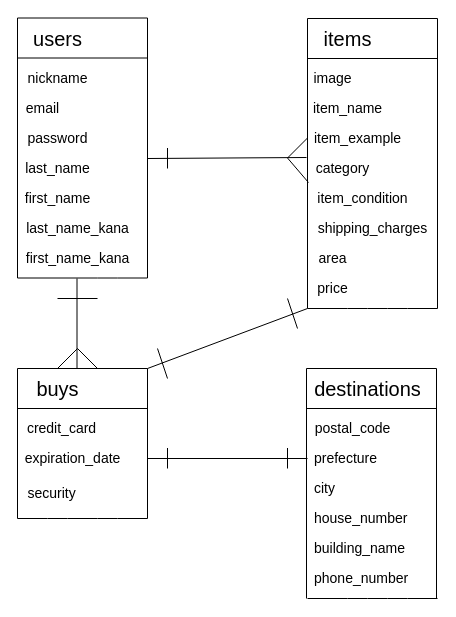
yoshihiro-kawamura/furima-31667 keeps this draw.io diagram as furima.dio. Above is the earlier version. Source tidied: cells renumbered, new cells numbered last; positions are measured from the earlier drawing's top-left corner, leaving out a move shared by most shapes. Both pictures are drawn from the tidied source at 100%, with x=0, y=0 at pixel (17, 18).
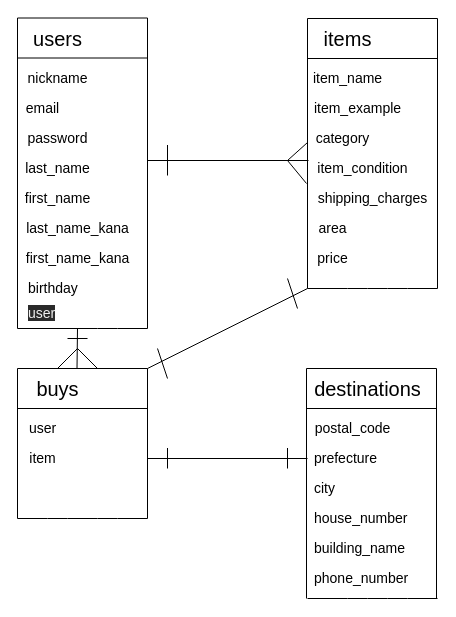
After the change.

Commit message (it also covers changes not shown here):
レビュー後修正

Change to the diagram source:
```diff
@@
     <mxCell id="4" style="endArrow=none;html=1;" parent="1" edge="1">
       <mxGeometry relative="1" as="geometry">
-        <mxPoint y="259.5" as="sourcePoint" />
-        <mxPoint x="130" y="259.5" as="targetPoint" />
+        <mxPoint y="310" as="sourcePoint" />
+        <mxPoint x="130" y="310" as="targetPoint" />
         <Array as="points">
-          <mxPoint y="259.5" />
-          <mxPoint x="90" y="259.5" />
+          <mxPoint y="310" />
+          <mxPoint x="90" y="310" />
         </Array>
       </mxGeometry>
     </mxCell>
@@
     <mxCell id="7" style="endArrow=none;html=1;fontSize=20;" parent="1" edge="1">
       <mxGeometry relative="1" as="geometry">
-        <mxPoint y="259.5" as="sourcePoint" />
+        <mxPoint y="310" as="sourcePoint" />
         <mxPoint y="-0.5" as="targetPoint" />
       </mxGeometry>
     </mxCell>
     <mxCell id="8" style="endArrow=none;html=1;fontSize=20;" parent="1" edge="1">
       <mxGeometry relative="1" as="geometry">
-        <mxPoint x="130" y="259.5" as="sourcePoint" />
+        <mxPoint x="130" y="310" as="sourcePoint" />
         <mxPoint x="130" y="-0.5" as="targetPoint" />
       </mxGeometry>
     </mxCell>
@@
     <mxCell id="17" style="endArrow=none;html=1;" parent="1" edge="1">
       <mxGeometry relative="1" as="geometry">
-        <mxPoint x="290" y="290" as="sourcePoint" />
-        <mxPoint x="420" y="290" as="targetPoint" />
+        <mxPoint x="290" y="270" as="sourcePoint" />
+        <mxPoint x="420" y="270" as="targetPoint" />
         <Array as="points">
-          <mxPoint x="290" y="290" />
-          <mxPoint x="340" y="290" />
-          <mxPoint x="380" y="290" />
+          <mxPoint x="290" y="270" />
+          <mxPoint x="340" y="270" />
+          <mxPoint x="380" y="270" />
         </Array>
       </mxGeometry>
     </mxCell>
@@
-    <mxCell id="19" value="image" style="text;html=1;align=center;verticalAlign=middle;strokeWidth=1;fontSize=14;" parent="1" vertex="1">
-      <mxGeometry x="290" y="49.5" width="50" height="20" as="geometry" />
-    </mxCell>
     <mxCell id="20" style="endArrow=none;html=1;fontSize=20;" parent="1" edge="1">
       <mxGeometry relative="1" as="geometry">
-        <mxPoint x="290" y="290" as="sourcePoint" />
+        <mxPoint x="290" y="270" as="sourcePoint" />
         <mxPoint x="290" as="targetPoint" />
       </mxGeometry>
     </mxCell>
     <mxCell id="21" style="endArrow=none;html=1;fontSize=20;" parent="1" edge="1">
       <mxGeometry relative="1" as="geometry">
-        <mxPoint x="420" y="290" as="sourcePoint" />
+        <mxPoint x="420" y="270" as="sourcePoint" />
         <mxPoint x="420" as="targetPoint" />
       </mxGeometry>
     </mxCell>
     <mxCell id="22" value="item_name" style="text;html=1;align=center;verticalAlign=middle;strokeWidth=1;fontSize=14;" parent="1" vertex="1">
-      <mxGeometry x="290" y="79.5" width="80" height="20" as="geometry" />
+      <mxGeometry x="290" y="49.5" width="80" height="20" as="geometry" />
     </mxCell>
     <mxCell id="23" value="item_example" style="text;html=1;align=center;verticalAlign=middle;strokeWidth=1;fontSize=14;" parent="1" vertex="1">
-      <mxGeometry x="290" y="109.5" width="100" height="20" as="geometry" />
+      <mxGeometry x="290" y="79.5" width="100" height="20" as="geometry" />
     </mxCell>
     <mxCell id="24" value="category" style="text;html=1;align=center;verticalAlign=middle;points=[];strokeWidth=1;fontSize=14;" parent="1" vertex="1">
-      <mxGeometry x="290" y="139.5" width="70" height="20" as="geometry" />
+      <mxGeometry x="290" y="109.5" width="70" height="20" as="geometry" />
     </mxCell>
     <mxCell id="25" value="item_condition" style="text;html=1;align=center;verticalAlign=middle;points=[];strokeWidth=1;fontSize=14;" parent="1" vertex="1">
-      <mxGeometry x="290" y="169.5" width="110" height="20" as="geometry" />
+      <mxGeometry x="290" y="139.5" width="110" height="20" as="geometry" />
     </mxCell>
     <mxCell id="26" value="area" style="text;html=1;align=center;verticalAlign=middle;strokeWidth=1;fontSize=14;" parent="1" vertex="1">
-      <mxGeometry x="295" y="229.5" width="40" height="20" as="geometry" />
+      <mxGeometry x="295" y="199.5" width="40" height="20" as="geometry" />
     </mxCell>
     <mxCell id="27" value="shipping_charges" style="text;html=1;align=center;verticalAlign=middle;strokeWidth=1;fontSize=14;" parent="1" vertex="1">
-      <mxGeometry x="290" y="199.5" width="130" height="20" as="geometry" />
+      <mxGeometry x="290" y="169.5" width="130" height="20" as="geometry" />
     </mxCell>
-    <mxCell id="28" style="endArrow=none;html=1;fontSize=14;entryX=-0.014;entryY=-0.025;entryDx=0;entryDy=0;entryPerimeter=0;" parent="1" edge="1" target="24">
+    <mxCell id="28" style="endArrow=none;html=1;fontSize=14;entryX=0.009;entryY=0.125;entryDx=0;entryDy=0;entryPerimeter=0;" parent="1" edge="1" target="25">
       <mxGeometry relative="1" as="geometry">
-        <mxPoint x="130" y="140" as="sourcePoint" />
+        <mxPoint x="130" y="142" as="sourcePoint" />
       </mxGeometry>
     </mxCell>
     <mxCell id="29" style="endArrow=none;html=1;fontSize=14;" parent="1" edge="1">
       <mxGeometry relative="1" as="geometry">
-        <mxPoint x="270" y="139.5" as="sourcePoint" />
-        <mxPoint x="290" y="119.5" as="targetPoint" />
+        <mxPoint x="270" y="142" as="sourcePoint" />
+        <mxPoint x="290" y="124" as="targetPoint" />
       </mxGeometry>
     </mxCell>
-    <mxCell id="30" style="endArrow=none;html=1;fontSize=14;exitX=0.014;exitY=1.225;exitDx=0;exitDy=0;exitPerimeter=0;" parent="1" edge="1" source="24">
+    <mxCell id="30" style="endArrow=none;html=1;fontSize=14;exitX=-0.009;exitY=1.175;exitDx=0;exitDy=0;exitPerimeter=0;" parent="1" edge="1">
       <mxGeometry relative="1" as="geometry">
-        <mxPoint x="270" y="139.5" as="targetPoint" />
+        <mxPoint x="289" y="165" as="sourcePoint" />
+        <mxPoint x="270" y="142" as="targetPoint" />
       </mxGeometry>
     </mxCell>
     <mxCell id="31" style="endArrow=none;html=1;fontSize=14;" parent="1" edge="1">
       <mxGeometry relative="1" as="geometry">
-        <mxPoint x="150" y="150" as="sourcePoint" />
-        <mxPoint x="150" y="129.5" as="targetPoint" />
+        <mxPoint x="150" y="157" as="sourcePoint" />
+        <mxPoint x="150" y="126.5" as="targetPoint" />
       </mxGeometry>
     </mxCell>
@@
-    <mxCell id="36" value="credit_card" style="text;html=1;align=center;verticalAlign=middle;strokeWidth=1;fontSize=14;" parent="1" vertex="1">
-      <mxGeometry x="4" y="400" width="80" height="20" as="geometry" />
-    </mxCell>
@@
-    <mxCell id="39" value="expiration_date" style="text;html=1;align=center;verticalAlign=middle;strokeWidth=1;fontSize=14;" parent="1" vertex="1">
-      <mxGeometry y="430" width="110" height="20" as="geometry" />
-    </mxCell>
-    <mxCell id="40" value="security" style="text;html=1;align=center;verticalAlign=middle;strokeWidth=1;fontSize=14;" parent="1" vertex="1">
-      <mxGeometry x="4" y="464.5" width="60" height="20" as="geometry" />
-    </mxCell>
     <mxCell id="41" value="price" style="text;html=1;align=center;verticalAlign=middle;strokeWidth=1;fontSize=14;" parent="1" vertex="1">
-      <mxGeometry x="290" y="260" width="50" height="20" as="geometry" />
+      <mxGeometry x="290" y="230" width="50" height="20" as="geometry" />
     </mxCell>
     <mxCell id="42" style="endArrow=none;html=1;fontSize=14;" parent="1" edge="1">
       <mxGeometry relative="1" as="geometry">
         <mxPoint x="59.5" y="350" as="sourcePoint" />
-        <mxPoint x="59.5" y="260" as="targetPoint" />
+        <mxPoint x="60" y="310" as="targetPoint" />
       </mxGeometry>
     </mxCell>
-    <mxCell id="43" style="endArrow=none;html=1;fontSize=14;" parent="1" edge="1">
-      <mxGeometry relative="1" as="geometry">
-        <mxPoint x="40" y="280" as="sourcePoint" />
-        <mxPoint x="80" y="280" as="targetPoint" />
-      </mxGeometry>
-    </mxCell>
@@
     <mxCell id="61" style="endArrow=none;html=1;fontSize=14;" parent="1" edge="1">
       <mxGeometry relative="1" as="geometry">
         <mxPoint x="130" y="350" as="sourcePoint" />
-        <mxPoint x="290" y="290" as="targetPoint" />
+        <mxPoint x="290" y="270" as="targetPoint" />
       </mxGeometry>
     </mxCell>
     <mxCell id="62" style="endArrow=none;html=1;fontSize=14;" parent="1" edge="1">
       <mxGeometry relative="1" as="geometry">
-        <mxPoint x="280" y="310" as="sourcePoint" />
-        <mxPoint x="270" y="280" as="targetPoint" />
+        <mxPoint x="280" y="290" as="sourcePoint" />
+        <mxPoint x="270" y="260" as="targetPoint" />
       </mxGeometry>
     </mxCell>
@@
+    <mxCell id="64" value="birthday" style="text;html=1;align=left;verticalAlign=middle;strokeWidth=1;fontSize=14;" parent="1" vertex="1">
+      <mxGeometry x="9" y="260" width="70" height="20" as="geometry" />
+    </mxCell>
+    <mxCell id="65" style="endArrow=none;html=1;fontSize=14;" parent="1" edge="1">
+      <mxGeometry relative="1" as="geometry">
+        <mxPoint x="50" y="320" as="sourcePoint" />
+        <mxPoint x="70" y="320" as="targetPoint" />
+      </mxGeometry>
+    </mxCell>
+    <mxCell id="66" value="user" style="text;html=1;align=center;verticalAlign=middle;fontSize=14;" parent="1" vertex="1">
+      <mxGeometry x="5" y="400" width="40" height="20" as="geometry" />
+    </mxCell>
+    <mxCell id="67" value="item" style="text;html=1;align=center;verticalAlign=middle;fontSize=14;" parent="1" vertex="1">
+      <mxGeometry x="5" y="430" width="40" height="20" as="geometry" />
+    </mxCell>
+    <mxCell id="68" value="&lt;span style=&quot;color: rgb(240, 240, 240); font-family: helvetica; font-size: 14px; font-style: normal; font-weight: 400; letter-spacing: normal; text-align: center; text-indent: 0px; text-transform: none; word-spacing: 0px; background-color: rgb(42, 42, 42); display: inline; float: none;&quot;&gt;user&lt;/span&gt;" style="text;whiteSpace=wrap;html=1;fontSize=14;" parent="1" vertex="1">
+      <mxGeometry x="9" y="280" width="50" height="30" as="geometry" />
+    </mxCell>
```
